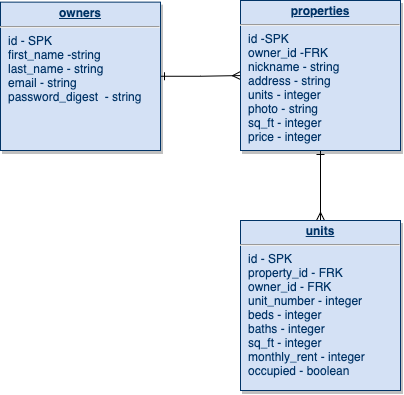
This is assets/erd.png from tiffanybibby/acrebound, a draw.io export, as it was before one commit. Source tidied: cells renumbered, new cells last; positions are measured from the earlier drawing's top-left corner, leaving out a move shared by most shapes.
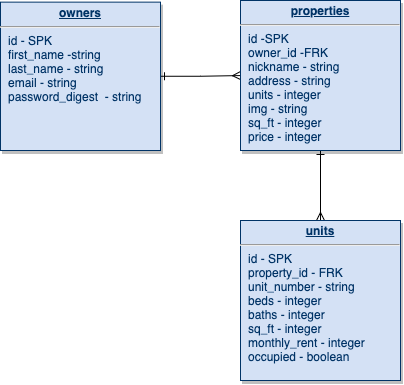
The same diagram one commit later.

Change to the diagram source:
```diff
@@ -11,11 +11,11 @@
     <mxCell id="4" style="edgeStyle=orthogonalEdgeStyle;rounded=0;jettySize=auto;html=1;endArrow=ERmany;endFill=0;startArrow=ERone;startFill=0;" parent="1" edge="1" source="5" target="6">
       <mxGeometry relative="1" as="geometry" />
     </mxCell>
-    <mxCell id="5" value="&lt;p style=&quot;margin: 0px ; margin-top: 4px ; text-align: center ; text-decoration: underline&quot;&gt;&lt;b&gt;properties&lt;/b&gt;&lt;/p&gt;&lt;hr&gt;&lt;p style=&quot;margin: 0px ; margin-left: 8px&quot;&gt;id -SPK&lt;/p&gt;&lt;p style=&quot;margin: 0px ; margin-left: 8px&quot;&gt;owner_id -FRK&lt;/p&gt;&lt;p style=&quot;margin: 0px ; margin-left: 8px&quot;&gt;nickname - string&lt;/p&gt;&lt;p style=&quot;margin: 0px ; margin-left: 8px&quot;&gt;address - string&lt;/p&gt;&lt;p style=&quot;margin: 0px ; margin-left: 8px&quot;&gt;units - integer&lt;/p&gt;&lt;p style=&quot;margin: 0px ; margin-left: 8px&quot;&gt;photo - string&lt;/p&gt;&lt;p style=&quot;margin: 0px ; margin-left: 8px&quot;&gt;sq_ft - integer&lt;/p&gt;&lt;p style=&quot;margin: 0px ; margin-left: 8px&quot;&gt;price - integer&lt;/p&gt;&lt;p style=&quot;margin: 0px ; margin-left: 8px&quot;&gt;&lt;br&gt;&lt;/p&gt;" style="verticalAlign=top;align=left;overflow=fill;fontSize=12;fontFamily=Helvetica;html=1;strokeColor=#003366;shadow=1;fillColor=#D4E1F5;fontColor=#003366;" parent="1" vertex="1">
+    <mxCell id="5" value="&lt;p style=&quot;margin: 0px ; margin-top: 4px ; text-align: center ; text-decoration: underline&quot;&gt;&lt;b&gt;properties&lt;/b&gt;&lt;/p&gt;&lt;hr&gt;&lt;p style=&quot;margin: 0px ; margin-left: 8px&quot;&gt;id -SPK&lt;/p&gt;&lt;p style=&quot;margin: 0px ; margin-left: 8px&quot;&gt;owner_id -FRK&lt;/p&gt;&lt;p style=&quot;margin: 0px ; margin-left: 8px&quot;&gt;nickname - string&lt;/p&gt;&lt;p style=&quot;margin: 0px ; margin-left: 8px&quot;&gt;address - string&lt;/p&gt;&lt;p style=&quot;margin: 0px ; margin-left: 8px&quot;&gt;units - integer&lt;/p&gt;&lt;p style=&quot;margin: 0px ; margin-left: 8px&quot;&gt;img - string&lt;/p&gt;&lt;p style=&quot;margin: 0px ; margin-left: 8px&quot;&gt;sq_ft - integer&lt;/p&gt;&lt;p style=&quot;margin: 0px ; margin-left: 8px&quot;&gt;price - integer&lt;/p&gt;&lt;p style=&quot;margin: 0px ; margin-left: 8px&quot;&gt;&lt;br&gt;&lt;/p&gt;" style="verticalAlign=top;align=left;overflow=fill;fontSize=12;fontFamily=Helvetica;html=1;strokeColor=#003366;shadow=1;fillColor=#D4E1F5;fontColor=#003366;" parent="1" vertex="1">
       <mxGeometry x="240" width="160" height="150" as="geometry" />
     </mxCell>
-    <mxCell id="6" value="&lt;p style=&quot;margin: 0px ; margin-top: 4px ; text-align: center ; text-decoration: underline&quot;&gt;&lt;b&gt;units&lt;/b&gt;&lt;/p&gt;&lt;hr&gt;&lt;p style=&quot;margin: 0px ; margin-left: 8px&quot;&gt;id - SPK&lt;/p&gt;&lt;p style=&quot;margin: 0px ; margin-left: 8px&quot;&gt;property_id - FRK&lt;/p&gt;&lt;p style=&quot;margin: 0px ; margin-left: 8px&quot;&gt;owner_id - FRK&lt;/p&gt;&lt;p style=&quot;margin: 0px ; margin-left: 8px&quot;&gt;unit_number - integer&lt;/p&gt;&lt;p style=&quot;margin: 0px ; margin-left: 8px&quot;&gt;beds - integer&lt;/p&gt;&lt;p style=&quot;margin: 0px ; margin-left: 8px&quot;&gt;baths - integer&lt;/p&gt;&lt;p style=&quot;margin: 0px ; margin-left: 8px&quot;&gt;sq_ft - integer&lt;/p&gt;&lt;p style=&quot;margin: 0px ; margin-left: 8px&quot;&gt;monthly_rent - integer&lt;/p&gt;&lt;p style=&quot;margin: 0px ; margin-left: 8px&quot;&gt;occupied - boolean&lt;/p&gt;&lt;p style=&quot;margin: 0px ; margin-left: 8px&quot;&gt;&lt;br&gt;&lt;/p&gt;&lt;p style=&quot;margin: 0px ; margin-left: 8px&quot;&gt;&lt;br&gt;&lt;/p&gt;" style="verticalAlign=top;align=left;overflow=fill;fontSize=12;fontFamily=Helvetica;html=1;strokeColor=#003366;shadow=1;fillColor=#D4E1F5;fontColor=#003366;" parent="1" vertex="1">
-      <mxGeometry x="240" y="220" width="160" height="170" as="geometry" />
+    <mxCell id="6" value="&lt;p style=&quot;margin: 0px ; margin-top: 4px ; text-align: center ; text-decoration: underline&quot;&gt;&lt;b&gt;units&lt;/b&gt;&lt;/p&gt;&lt;hr&gt;&lt;p style=&quot;margin: 0px ; margin-left: 8px&quot;&gt;id - SPK&lt;/p&gt;&lt;p style=&quot;margin: 0px ; margin-left: 8px&quot;&gt;property_id - FRK&lt;/p&gt;&lt;p style=&quot;margin: 0px ; margin-left: 8px&quot;&gt;unit_number - string&lt;/p&gt;&lt;p style=&quot;margin: 0px ; margin-left: 8px&quot;&gt;beds - integer&lt;/p&gt;&lt;p style=&quot;margin: 0px ; margin-left: 8px&quot;&gt;baths - integer&lt;/p&gt;&lt;p style=&quot;margin: 0px ; margin-left: 8px&quot;&gt;sq_ft - integer&lt;/p&gt;&lt;p style=&quot;margin: 0px ; margin-left: 8px&quot;&gt;monthly_rent - integer&lt;/p&gt;&lt;p style=&quot;margin: 0px ; margin-left: 8px&quot;&gt;occupied - boolean&lt;/p&gt;&lt;p style=&quot;margin: 0px ; margin-left: 8px&quot;&gt;&lt;br&gt;&lt;/p&gt;&lt;p style=&quot;margin: 0px ; margin-left: 8px&quot;&gt;&lt;br&gt;&lt;/p&gt;" style="verticalAlign=top;align=left;overflow=fill;fontSize=12;fontFamily=Helvetica;html=1;strokeColor=#003366;shadow=1;fillColor=#D4E1F5;fontColor=#003366;" parent="1" vertex="1">
+      <mxGeometry x="240" y="220" width="160" height="160" as="geometry" />
     </mxCell>
   </root>
 </mxGraphModel>
```
